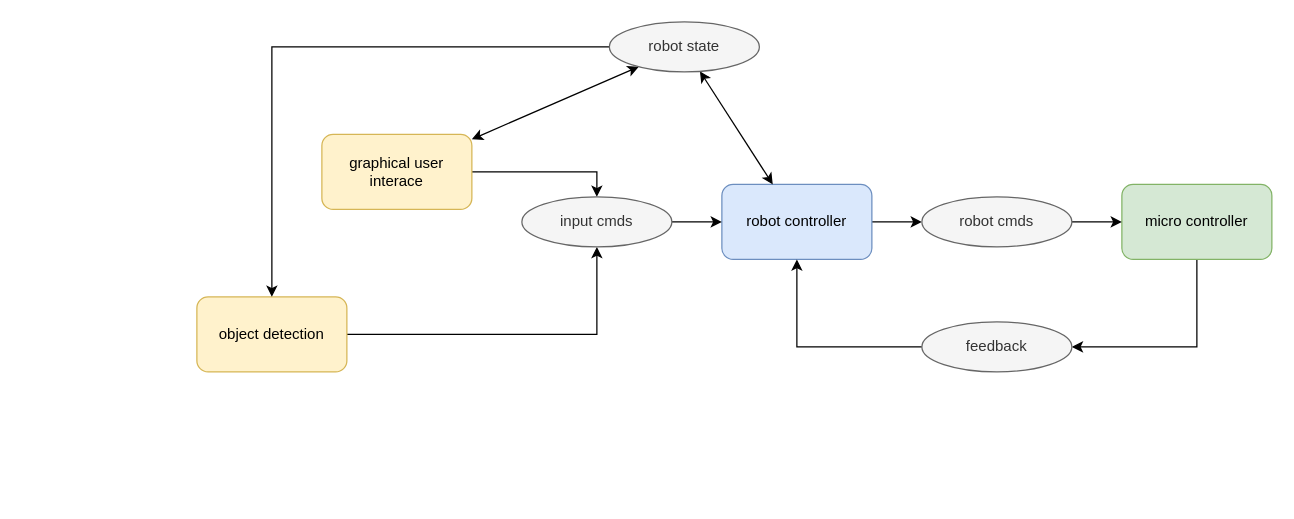
ostifede02/dr_ws keeps this draw.io diagram as docs/nodes_diagram.drawio. Above is the earlier version. Source tidied: cells renumbered, new cells numbered last; positions are measured from the earlier drawing's top-left corner, leaving out a move shared by most shapes. Both pictures are drawn from the tidied source at 125%, with x=0, y=0 at pixel (196, 21).
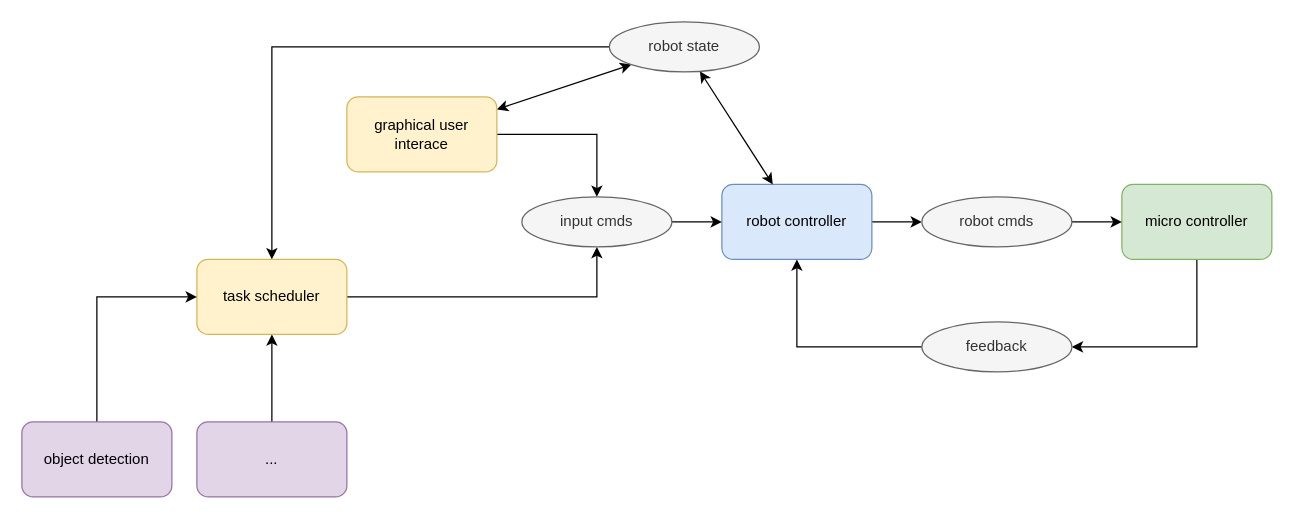
The same page after the edit.

The edit, as a diff of the source:
```diff
@@
     <mxCell id="8" value="graphical user interace" style="rounded=1;whiteSpace=wrap;html=1;fillColor=#fff2cc;strokeColor=#d6b656;" parent="1" vertex="1">
-      <mxGeometry x="100" y="90" width="120" height="60" as="geometry" />
+      <mxGeometry x="120" y="60" width="120" height="60" as="geometry" />
     </mxCell>
@@
-    <mxCell id="10" value="object detection" style="rounded=1;whiteSpace=wrap;html=1;fillColor=#fff2cc;strokeColor=#d6b656;" parent="1" vertex="1">
-      <mxGeometry y="220" width="120" height="60" as="geometry" />
+    <mxCell id="10" value="task scheduler" style="rounded=1;whiteSpace=wrap;html=1;fillColor=#fff2cc;strokeColor=#d6b656;" parent="1" vertex="1">
+      <mxGeometry y="190" width="120" height="60" as="geometry" />
     </mxCell>
@@
+    <mxCell id="20" style="edgeStyle=orthogonalEdgeStyle;rounded=0;jettySize=auto;html=1;" parent="1" edge="1" source="21" target="10">
+      <mxGeometry relative="1" as="geometry" />
+    </mxCell>
+    <mxCell id="21" value="..." style="rounded=1;whiteSpace=wrap;html=1;fillColor=#e1d5e7;strokeColor=#9673a6;" parent="1" vertex="1">
+      <mxGeometry y="320" width="120" height="60" as="geometry" />
+    </mxCell>
+    <mxCell id="22" style="edgeStyle=orthogonalEdgeStyle;rounded=0;jettySize=auto;html=1;entryX=0;entryY=0.5;entryDx=0;entryDy=0;" parent="1" edge="1" source="23" target="10">
+      <mxGeometry relative="1" as="geometry">
+        <Array as="points">
+          <mxPoint x="-80" y="220" />
+        </Array>
+      </mxGeometry>
+    </mxCell>
+    <mxCell id="23" value="object detection" style="rounded=1;whiteSpace=wrap;html=1;fillColor=#e1d5e7;strokeColor=#9673a6;" parent="1" vertex="1">
+      <mxGeometry x="-140" y="320" width="120" height="60" as="geometry" />
+    </mxCell>
```
